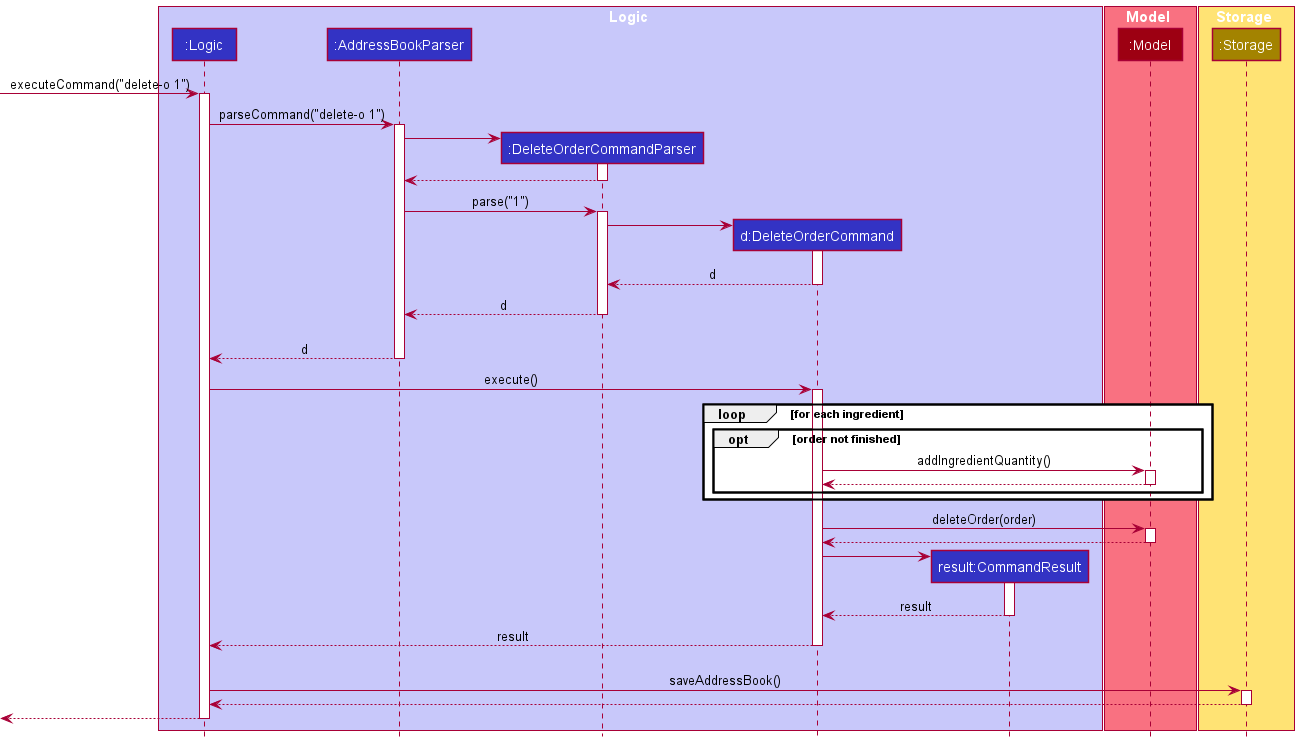
Earlier version of the PlantUML export docs/images/DeleteOrderSequenceDiagram.png (zognin/tp).
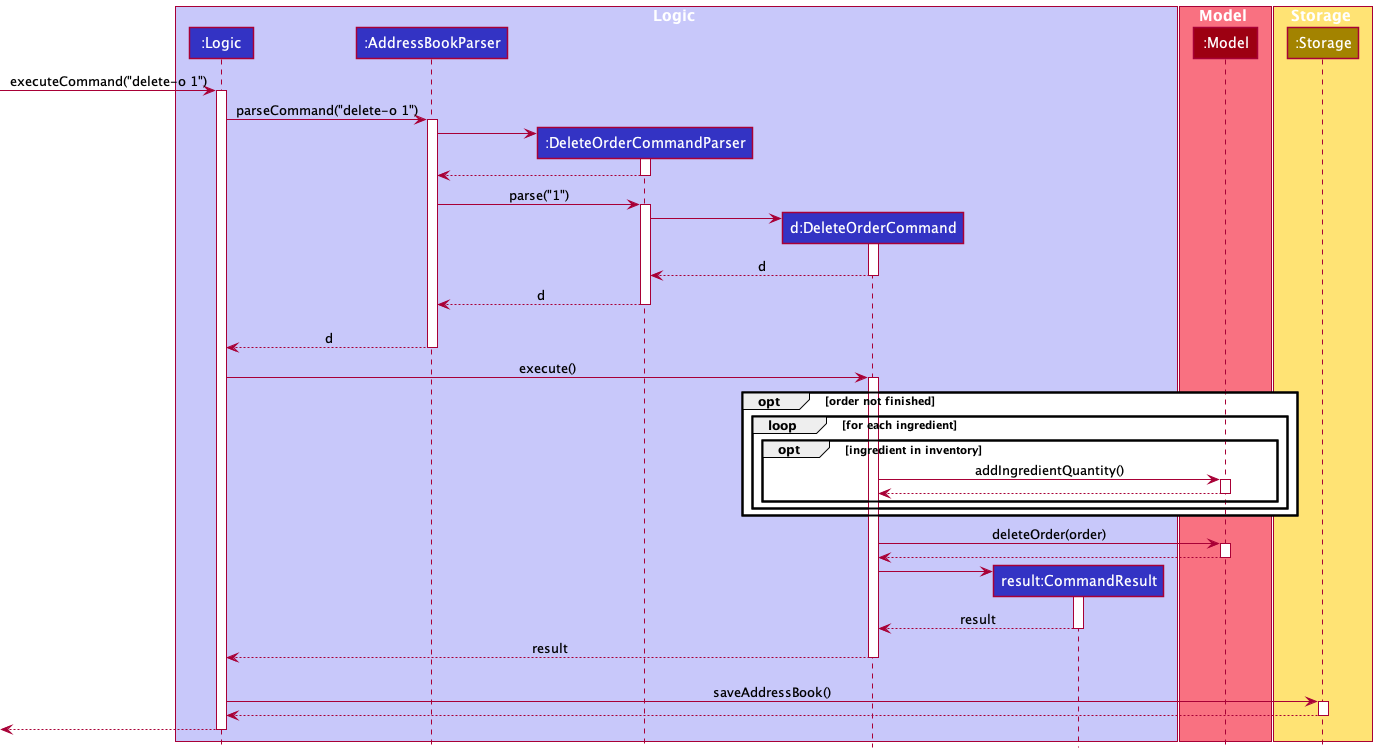
Above is the later version.

Change to the diagram source:
```diff
@@ -49,13 +49,15 @@
 Logic -> DeleteOrderCommand : execute()
 activate DeleteOrderCommand
 
-loop for each ingredient
-    opt order not finished
-        DeleteOrderCommand -> Model : addIngredientQuantity()
-        activate Model
+opt order not finished
+    loop for each ingredient
+        opt ingredient in inventory
+            DeleteOrderCommand -> Model : addIngredientQuantity()
+            activate Model
 
-        Model --> DeleteOrderCommand
-        deactivate Model
+            Model --> DeleteOrderCommand
+            deactivate Model
+        end
     end
 end
 
```
